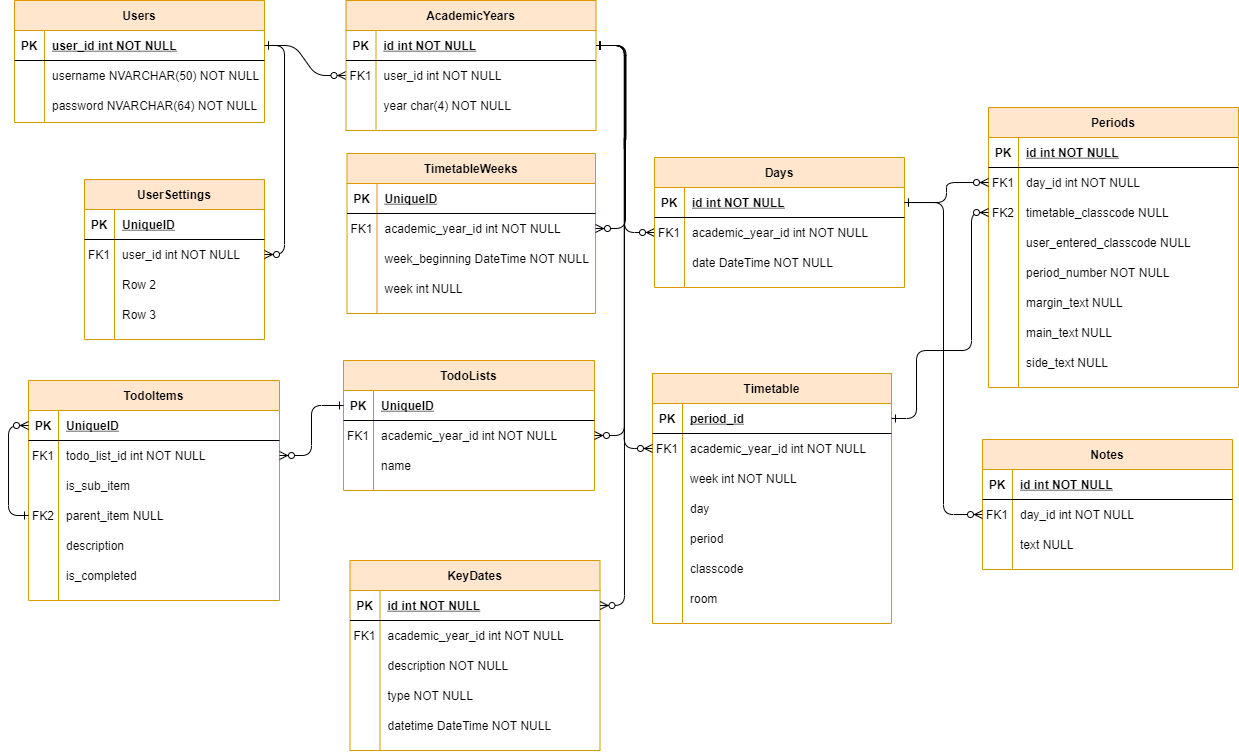
Before: DesignDocuments/TeacherPlannerDatabaseDesignDiagram.drawio.png, a diagram exported from draw.io (DaleStevenJohnson/TeacherPlannerApplication). Source tidied: cells renumbered, new cells last; positions are measured from the earlier drawing's top-left corner, leaving out a move shared by most shapes.
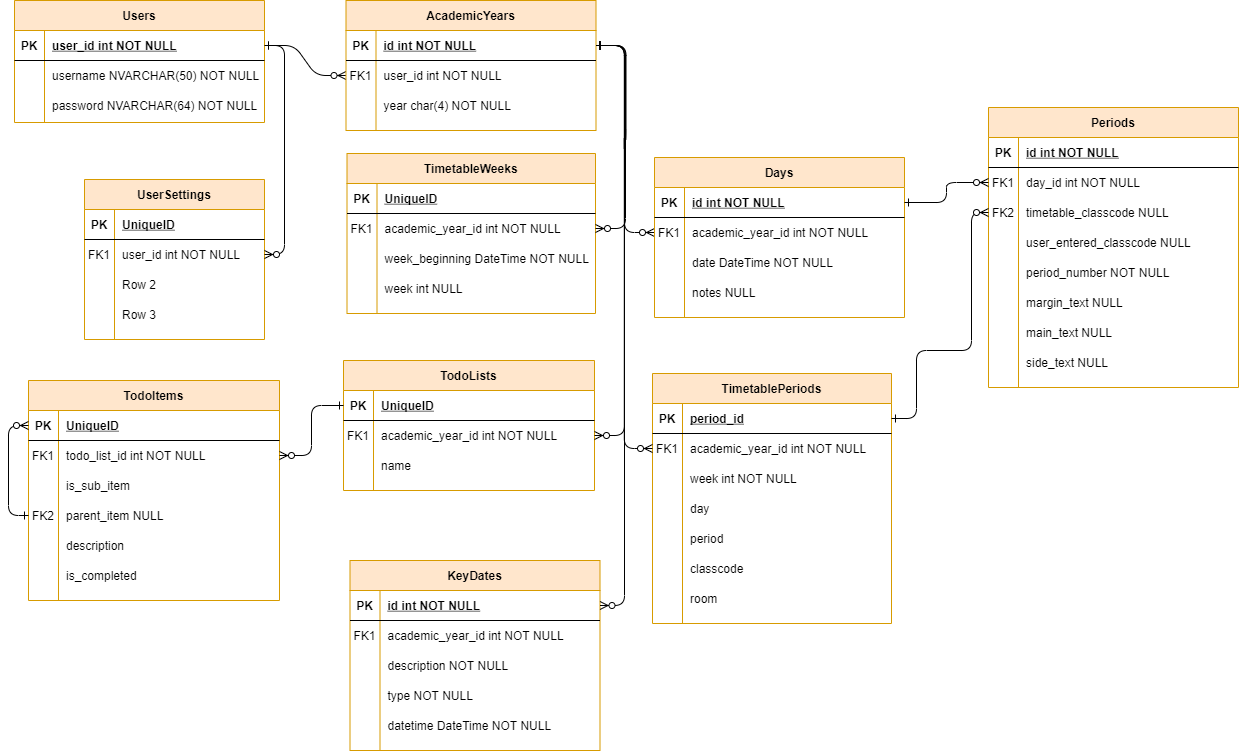
The same diagram one commit later.

What changed in the source:
```diff
@@ -39,7 +39,7 @@
       <mxGeometry x="30" width="220" height="30" as="geometry" />
     </mxCell>
     <mxCell id="14" value="Days" style="shape=table;startSize=30;rowLines=0;fontStyle=1;align=center;fillColor=#ffe6cc;strokeColor=#d79b00;" parent="1" vertex="1">
-      <mxGeometry x="640" y="157" width="250" height="130" as="geometry" />
+      <mxGeometry x="640" y="157" width="250" height="160" as="geometry" />
     </mxCell>
     <mxCell id="15" style="shape=partialRectangle;fillColor=none;points=[[0,0.5],[1,0.5]];portConstraint=eastwest;top=0;left=0;right=0;bottom=1;" parent="14" vertex="1">
       <mxGeometry y="30" width="250" height="30" as="geometry" />
@@ -68,6 +68,15 @@
     <mxCell id="23" value="date DateTime NOT NULL" style="shape=partialRectangle;overflow=hidden;fillColor=none;top=0;left=0;bottom=0;right=0;align=left;spacingLeft=6;" parent="21" vertex="1">
       <mxGeometry x="30" width="220" height="30" as="geometry" />
     </mxCell>
+    <mxCell id="145" style="shape=partialRectangle;fillColor=none;top=0;left=0;right=0;bottom=0;" parent="14" vertex="1">
+      <mxGeometry y="120" width="250" height="30" as="geometry" />
+    </mxCell>
+    <mxCell id="146" style="shape=partialRectangle;overflow=hidden;fillColor=none;top=0;left=0;bottom=0;right=0;" parent="145" vertex="1">
+      <mxGeometry width="30" height="30" as="geometry" />
+    </mxCell>
+    <mxCell id="147" value="notes NULL" style="shape=partialRectangle;overflow=hidden;fillColor=none;top=0;left=0;bottom=0;right=0;align=left;spacingLeft=6;" parent="145" vertex="1">
+      <mxGeometry x="30" width="220" height="30" as="geometry" />
+    </mxCell>
     <mxCell id="24" value="Users" style="shape=table;startSize=30;rowLines=0;fontStyle=1;align=center;fillColor=#ffe6cc;strokeColor=#d79b00;" parent="1" vertex="1">
       <mxGeometry width="250" height="122" as="geometry" />
     </mxCell>
@@ -192,7 +201,7 @@
         </Array>
       </mxGeometry>
     </mxCell>
-    <mxCell id="62" value="Timetable" style="shape=table;startSize=30;rowLines=0;fontStyle=1;align=center;fillColor=#ffe6cc;strokeColor=#d79b00;" parent="1" vertex="1">
+    <mxCell id="62" value="TimetablePeriods" style="shape=table;startSize=30;rowLines=0;fontStyle=1;align=center;fillColor=#ffe6cc;strokeColor=#d79b00;" parent="1" vertex="1">
       <mxGeometry x="638" y="373" width="239" height="250" as="geometry" />
     </mxCell>
     <mxCell id="63" style="shape=partialRectangle;fillColor=none;top=0;left=0;bottom=1;right=0;points=[[0,0.5],[1,0.5]];portConstraint=eastwest;" parent="62" vertex="1">
@@ -425,36 +434,6 @@
     <mxCell id="137" value="side_text NULL" style="shape=partialRectangle;overflow=hidden;fillColor=none;top=0;left=0;bottom=0;right=0;align=left;spacingLeft=6;" parent="135" vertex="1">
       <mxGeometry x="30" width="220" height="30" as="geometry" />
     </mxCell>
-    <mxCell id="138" value="Notes" style="shape=table;startSize=30;rowLines=0;fontStyle=1;align=center;fillColor=#ffe6cc;strokeColor=#d79b00;" parent="1" vertex="1">
-      <mxGeometry x="968" y="439" width="250" height="130" as="geometry" />
-    </mxCell>
-    <mxCell id="139" style="shape=partialRectangle;fillColor=none;top=0;left=0;right=0;bottom=1;" parent="138" vertex="1">
-      <mxGeometry y="30" width="250" height="30" as="geometry" />
-    </mxCell>
-    <mxCell id="140" value="PK" style="shape=partialRectangle;overflow=hidden;fillColor=none;top=0;left=0;bottom=0;right=0;fontStyle=1;" parent="139" vertex="1">
-      <mxGeometry width="30" height="30" as="geometry" />
-    </mxCell>
-    <mxCell id="141" value="id int NOT NULL " style="shape=partialRectangle;overflow=hidden;fillColor=none;top=0;left=0;bottom=0;right=0;align=left;spacingLeft=6;fontStyle=5;" parent="139" vertex="1">
-      <mxGeometry x="30" width="220" height="30" as="geometry" />
-    </mxCell>
-    <mxCell id="142" style="shape=partialRectangle;fillColor=none;points=[[0,0.5],[1,0.5]];portConstraint=eastwest;top=0;left=0;right=0;bottom=0;" parent="138" vertex="1">
-      <mxGeometry y="60" width="250" height="30" as="geometry" />
-    </mxCell>
-    <mxCell id="143" value="FK1" style="shape=partialRectangle;overflow=hidden;fillColor=none;top=0;left=0;bottom=0;right=0;" parent="142" vertex="1">
-      <mxGeometry width="30" height="30" as="geometry" />
-    </mxCell>
-    <mxCell id="144" value="day_id int NOT NULL" style="shape=partialRectangle;overflow=hidden;fillColor=none;top=0;left=0;bottom=0;right=0;align=left;spacingLeft=6;" parent="142" vertex="1">
-      <mxGeometry x="30" width="220" height="30" as="geometry" />
-    </mxCell>
-    <mxCell id="145" style="shape=partialRectangle;fillColor=none;top=0;left=0;right=0;bottom=0;" parent="138" vertex="1">
-      <mxGeometry y="90" width="250" height="30" as="geometry" />
-    </mxCell>
-    <mxCell id="146" style="shape=partialRectangle;overflow=hidden;fillColor=none;top=0;left=0;bottom=0;right=0;" parent="145" vertex="1">
-      <mxGeometry width="30" height="30" as="geometry" />
-    </mxCell>
-    <mxCell id="147" value="text NULL" style="shape=partialRectangle;overflow=hidden;fillColor=none;top=0;left=0;bottom=0;right=0;align=left;spacingLeft=6;" parent="145" vertex="1">
-      <mxGeometry x="30" width="220" height="30" as="geometry" />
-    </mxCell>
     <mxCell id="148" value="TodoItems" style="shape=table;startSize=30;rowLines=0;fontStyle=1;align=center;fillColor=#ffe6cc;strokeColor=#d79b00;" parent="1" vertex="1">
       <mxGeometry x="14" y="380" width="251" height="220" as="geometry" />
     </mxCell>
@@ -521,14 +500,6 @@
     <mxCell id="169" style="edgeStyle=orthogonalEdgeStyle;rounded=1;jettySize=auto;html=1;entryX=0;entryY=0.5;entryDx=0;entryDy=0;startArrow=ERone;startFill=0;endArrow=ERzeroToMany;endFill=1;" parent="1" edge="1" source="15" target="117">
       <mxGeometry relative="1" as="geometry" />
     </mxCell>
-    <mxCell id="170" style="edgeStyle=orthogonalEdgeStyle;rounded=1;jettySize=auto;html=1;startArrow=ERone;startFill=0;endArrow=ERzeroToMany;endFill=1;" parent="1" edge="1" source="15" target="142">
-      <mxGeometry relative="1" as="geometry">
-        <Array as="points">
-          <mxPoint x="929" y="202" />
-          <mxPoint x="929" y="514" />
-        </Array>
-      </mxGeometry>
-    </mxCell>
     <mxCell id="171" style="edgeStyle=orthogonalEdgeStyle;rounded=1;jettySize=auto;html=1;startArrow=ERone;startFill=0;endArrow=ERzeroToMany;endFill=1;entryX=0;entryY=0.5;entryDx=0;entryDy=0;" parent="1" edge="1" source="63" target="120">
       <mxGeometry relative="1" as="geometry">
         <Array as="points">
```
